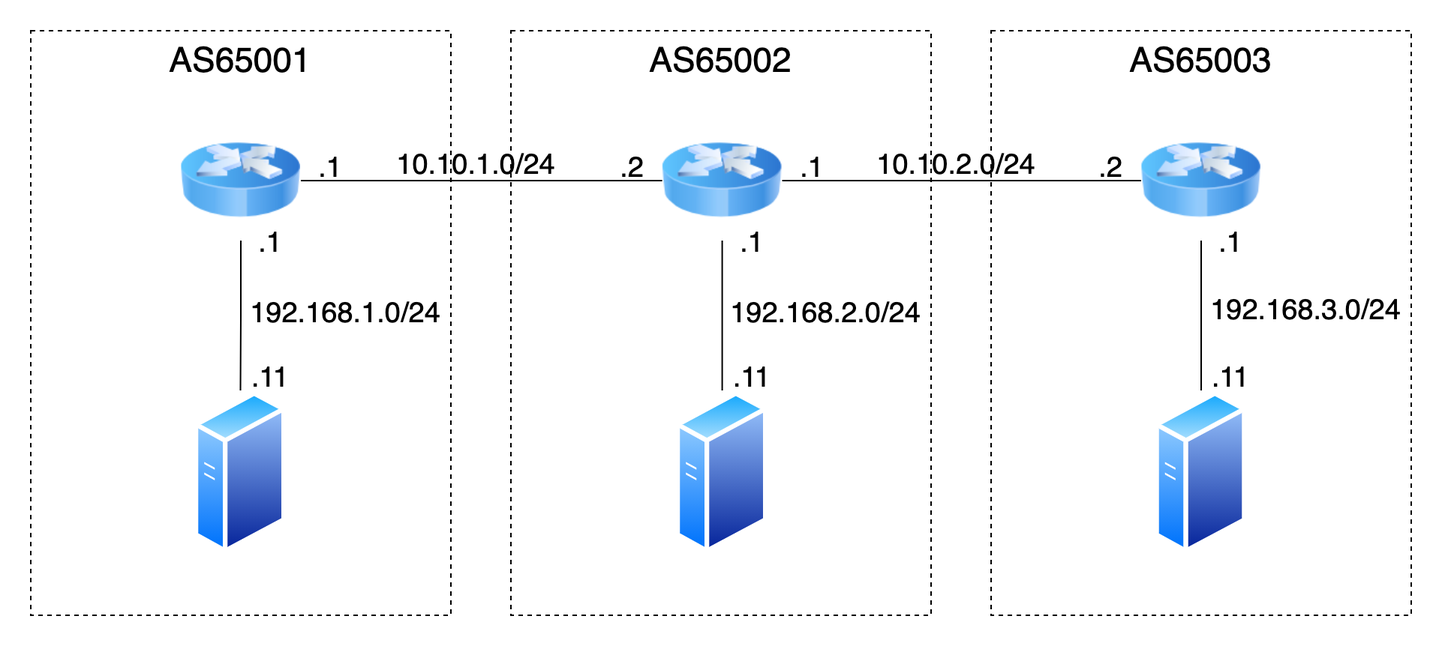
The draw.io diagram vagrant-vyos-bgp-sample.png in kun432/vagrant-vyos-bgp-sample, before a commit. Source tidied: cells renumbered, new cells last; positions are measured from the earlier drawing's top-left corner, leaving out a move shared by most shapes. The source it was exported from:
```xml
<mxGraphModel>
  <root>
    <mxCell id="0" />
    <mxCell id="1" parent="0" />
    <mxCell id="2" value="AS65003" style="rounded=0;whiteSpace=wrap;html=1;dashed=1;verticalAlign=top;fontSize=23;" parent="1" vertex="1">
      <mxGeometry x="640" width="280" height="390" as="geometry" />
    </mxCell>
    <mxCell id="3" value="AS65002" style="rounded=0;whiteSpace=wrap;html=1;dashed=1;verticalAlign=top;fontSize=23;" parent="1" vertex="1">
      <mxGeometry x="320" width="280" height="390" as="geometry" />
    </mxCell>
    <mxCell id="4" value="AS65001" style="rounded=0;whiteSpace=wrap;html=1;dashed=1;verticalAlign=top;fontSize=23;" parent="1" vertex="1">
      <mxGeometry width="280" height="390" as="geometry" />
    </mxCell>
    <mxCell id="5" style="edgeStyle=orthogonalEdgeStyle;rounded=0;jettySize=auto;html=1;exitX=1;exitY=0.5;exitDx=0;exitDy=0;entryX=0;entryY=0.5;entryDx=0;entryDy=0;endArrow=none;endFill=0;" parent="1" edge="1" source="7" target="10">
      <mxGeometry relative="1" as="geometry" />
    </mxCell>
    <mxCell id="6" style="edgeStyle=orthogonalEdgeStyle;rounded=0;jettySize=auto;html=1;exitX=0.5;exitY=1;exitDx=0;exitDy=0;entryX=0.5;entryY=0;entryDx=0;entryDy=0;endArrow=none;endFill=0;" parent="1" edge="1" source="7" target="14">
      <mxGeometry relative="1" as="geometry" />
    </mxCell>
    <mxCell id="7" style="image;html=1;image=img/lib/clip_art/networking/Router_Icon_128x128.png;" parent="1" vertex="1">
      <mxGeometry x="100" y="60" width="80" height="80" as="geometry" />
    </mxCell>
    <mxCell id="8" style="edgeStyle=orthogonalEdgeStyle;rounded=0;jettySize=auto;html=1;exitX=1;exitY=0.5;exitDx=0;exitDy=0;entryX=0;entryY=0.5;entryDx=0;entryDy=0;endArrow=none;endFill=0;" parent="1" edge="1" source="10" target="12">
      <mxGeometry relative="1" as="geometry" />
    </mxCell>
    <mxCell id="9" style="edgeStyle=orthogonalEdgeStyle;rounded=0;jettySize=auto;html=1;exitX=0.5;exitY=1;exitDx=0;exitDy=0;entryX=0.5;entryY=0;entryDx=0;entryDy=0;endArrow=none;endFill=0;" parent="1" edge="1" source="10" target="13">
      <mxGeometry relative="1" as="geometry" />
    </mxCell>
    <mxCell id="10" style="image;html=1;image=img/lib/clip_art/networking/Router_Icon_128x128.png;" parent="1" vertex="1">
      <mxGeometry x="420.8" y="60" width="80" height="80" as="geometry" />
    </mxCell>
    <mxCell id="11" style="edgeStyle=orthogonalEdgeStyle;rounded=0;jettySize=auto;html=1;exitX=0.5;exitY=1;exitDx=0;exitDy=0;endArrow=none;endFill=0;" parent="1" edge="1" source="12" target="15">
      <mxGeometry relative="1" as="geometry" />
    </mxCell>
    <mxCell id="12" style="image;html=1;image=img/lib/clip_art/networking/Router_Icon_128x128.png;" parent="1" vertex="1">
      <mxGeometry x="740" y="60" width="80" height="80" as="geometry" />
    </mxCell>
    <mxCell id="13" style="perimeter=ellipsePerimeter;html=1;align=center;shadow=0;dashed=0;spacingTop=3;image;image=img/lib/active_directory/generic_server.svg;" parent="1" vertex="1">
      <mxGeometry x="430" y="240" width="61.6" height="110" as="geometry" />
    </mxCell>
    <mxCell id="14" style="perimeter=ellipsePerimeter;html=1;align=center;shadow=0;dashed=0;spacingTop=3;image;image=img/lib/active_directory/generic_server.svg;" parent="1" vertex="1">
      <mxGeometry x="109" y="240" width="61.6" height="110" as="geometry" />
    </mxCell>
    <mxCell id="15" style="perimeter=ellipsePerimeter;html=1;align=center;shadow=0;dashed=0;spacingTop=3;image;image=img/lib/active_directory/generic_server.svg;" parent="1" vertex="1">
      <mxGeometry x="749.2" y="240" width="61.6" height="110" as="geometry" />
    </mxCell>
    <mxCell id="16" value="192.168.1.0/24" style="text;html=1;strokeColor=none;fillColor=none;align=center;verticalAlign=middle;whiteSpace=wrap;rounded=0;dashed=1;fontSize=19;" parent="1" vertex="1">
      <mxGeometry x="190" y="177" width="40" height="20" as="geometry" />
    </mxCell>
    <mxCell id="17" value="192.168.2.0/24" style="text;html=1;strokeColor=none;fillColor=none;align=center;verticalAlign=middle;whiteSpace=wrap;rounded=0;dashed=1;fontSize=19;" parent="1" vertex="1">
      <mxGeometry x="510" y="177" width="40" height="20" as="geometry" />
    </mxCell>
    <mxCell id="18" value="192.168.3.0/24" style="text;html=1;strokeColor=none;fillColor=none;align=center;verticalAlign=middle;whiteSpace=wrap;rounded=0;dashed=1;fontSize=19;" parent="1" vertex="1">
      <mxGeometry x="830" y="175" width="40" height="20" as="geometry" />
    </mxCell>
    <mxCell id="19" value=".1" style="text;html=1;strokeColor=none;fillColor=none;align=center;verticalAlign=middle;whiteSpace=wrap;rounded=0;dashed=1;fontSize=19;" parent="1" vertex="1">
      <mxGeometry x="140" y="130" width="40" height="20" as="geometry" />
    </mxCell>
    <mxCell id="20" value=".1" style="text;html=1;strokeColor=none;fillColor=none;align=center;verticalAlign=middle;whiteSpace=wrap;rounded=0;dashed=1;fontSize=19;" parent="1" vertex="1">
      <mxGeometry x="460.8" y="130" width="40" height="20" as="geometry" />
    </mxCell>
    <mxCell id="21" value=".1" style="text;html=1;strokeColor=none;fillColor=none;align=center;verticalAlign=middle;whiteSpace=wrap;rounded=0;dashed=1;fontSize=19;" parent="1" vertex="1">
      <mxGeometry x="780" y="130" width="40" height="20" as="geometry" />
    </mxCell>
    <mxCell id="22" value=".11" style="text;html=1;strokeColor=none;fillColor=none;align=center;verticalAlign=middle;whiteSpace=wrap;rounded=0;dashed=1;fontSize=19;" parent="1" vertex="1">
      <mxGeometry x="140" y="220" width="40" height="20" as="geometry" />
    </mxCell>
    <mxCell id="23" value=".11" style="text;html=1;strokeColor=none;fillColor=none;align=center;verticalAlign=middle;whiteSpace=wrap;rounded=0;dashed=1;fontSize=19;" parent="1" vertex="1">
      <mxGeometry x="460.8" y="220" width="40" height="20" as="geometry" />
    </mxCell>
    <mxCell id="24" value=".11" style="text;html=1;strokeColor=none;fillColor=none;align=center;verticalAlign=middle;whiteSpace=wrap;rounded=0;dashed=1;fontSize=19;" parent="1" vertex="1">
      <mxGeometry x="780" y="220" width="40" height="20" as="geometry" />
    </mxCell>
    <mxCell id="25" value=".1" style="text;html=1;strokeColor=none;fillColor=none;align=center;verticalAlign=middle;whiteSpace=wrap;rounded=0;dashed=1;fontSize=19;" parent="1" vertex="1">
      <mxGeometry x="180" y="80" width="40" height="20" as="geometry" />
    </mxCell>
    <mxCell id="26" value=".1" style="text;html=1;strokeColor=none;fillColor=none;align=center;verticalAlign=middle;whiteSpace=wrap;rounded=0;dashed=1;fontSize=19;" parent="1" vertex="1">
      <mxGeometry x="500.8" y="80" width="40" height="20" as="geometry" />
    </mxCell>
    <mxCell id="27" value=".2" style="text;html=1;strokeColor=none;fillColor=none;align=center;verticalAlign=middle;whiteSpace=wrap;rounded=0;dashed=1;fontSize=19;" parent="1" vertex="1">
      <mxGeometry x="700" y="80" width="40" height="20" as="geometry" />
    </mxCell>
    <mxCell id="28" value=".2" style="text;html=1;strokeColor=none;fillColor=none;align=center;verticalAlign=middle;whiteSpace=wrap;rounded=0;dashed=1;fontSize=19;" parent="1" vertex="1">
      <mxGeometry x="380.8" y="80" width="40" height="20" as="geometry" />
    </mxCell>
    <mxCell id="29" value="10.10.1.0/24" style="text;html=1;strokeColor=none;fillColor=none;align=center;verticalAlign=middle;whiteSpace=wrap;rounded=0;dashed=1;fontSize=19;" parent="1" vertex="1">
      <mxGeometry x="277" y="78" width="40" height="20" as="geometry" />
    </mxCell>
    <mxCell id="30" value="10.10.2.0/24" style="text;html=1;strokeColor=none;fillColor=none;align=center;verticalAlign=middle;whiteSpace=wrap;rounded=0;dashed=1;fontSize=19;" parent="1" vertex="1">
      <mxGeometry x="597" y="78" width="40" height="20" as="geometry" />
    </mxCell>
  </root>
</mxGraphModel>
```
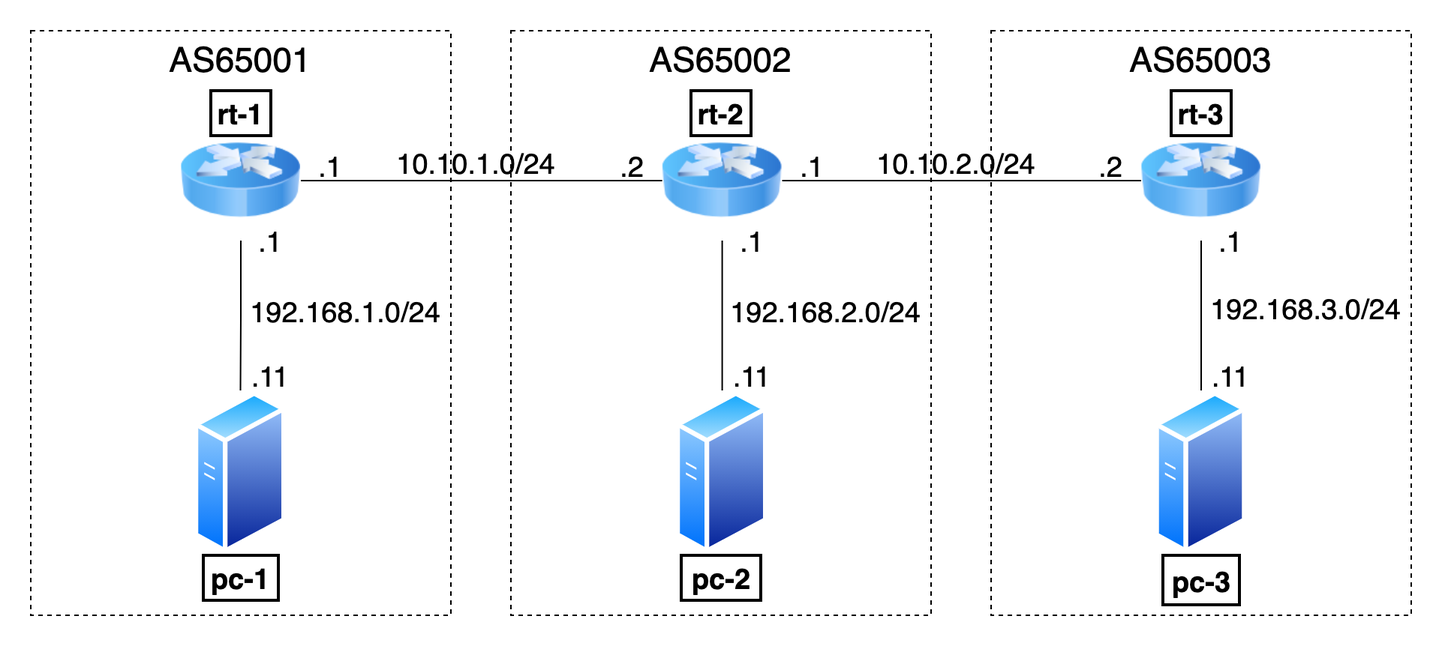
After the change.

Commit message:
説明を追加

Diff of the diagram source:
```diff
@@ -89,5 +89,23 @@
     <mxCell id="30" value="10.10.2.0/24" style="text;html=1;strokeColor=none;fillColor=none;align=center;verticalAlign=middle;whiteSpace=wrap;rounded=0;dashed=1;fontSize=19;" parent="1" vertex="1">
       <mxGeometry x="597" y="78" width="40" height="20" as="geometry" />
     </mxCell>
+    <mxCell id="31" value="rt-2" style="text;html=1;strokeColor=default;fillColor=none;align=center;verticalAlign=middle;whiteSpace=wrap;rounded=0;fontSize=19;fontStyle=1;strokeWidth=2;" parent="1" vertex="1">
+      <mxGeometry x="440" y="40" width="40" height="30" as="geometry" />
+    </mxCell>
+    <mxCell id="32" value="rt-1" style="text;html=1;strokeColor=default;fillColor=none;align=center;verticalAlign=middle;whiteSpace=wrap;rounded=0;fontSize=19;fontStyle=1;strokeWidth=2;" parent="1" vertex="1">
+      <mxGeometry x="120" y="40" width="40" height="30" as="geometry" />
+    </mxCell>
+    <mxCell id="33" value="rt-3" style="text;html=1;strokeColor=default;fillColor=none;align=center;verticalAlign=middle;whiteSpace=wrap;rounded=0;fontSize=19;fontStyle=1;strokeWidth=2;" parent="1" vertex="1">
+      <mxGeometry x="760" y="40" width="40" height="30" as="geometry" />
+    </mxCell>
+    <mxCell id="34" value="pc-1" style="text;html=1;strokeColor=default;fillColor=none;align=center;verticalAlign=middle;whiteSpace=wrap;rounded=0;fontSize=19;fontStyle=1;strokeWidth=2;" parent="1" vertex="1">
+      <mxGeometry x="115" y="350" width="50" height="30" as="geometry" />
+    </mxCell>
+    <mxCell id="35" value="pc-2" style="text;html=1;strokeColor=default;fillColor=none;align=center;verticalAlign=middle;whiteSpace=wrap;rounded=0;fontSize=19;fontStyle=1;strokeWidth=2;" parent="1" vertex="1">
+      <mxGeometry x="433.5" y="350" width="53" height="30" as="geometry" />
+    </mxCell>
+    <mxCell id="36" value="pc-3" style="text;html=1;strokeColor=default;fillColor=none;align=center;verticalAlign=middle;whiteSpace=wrap;rounded=0;fontSize=19;fontStyle=1;strokeWidth=2;" parent="1" vertex="1">
+      <mxGeometry x="754.5" y="350" width="51" height="33" as="geometry" />
+    </mxCell>
   </root>
 </mxGraphModel>
```
